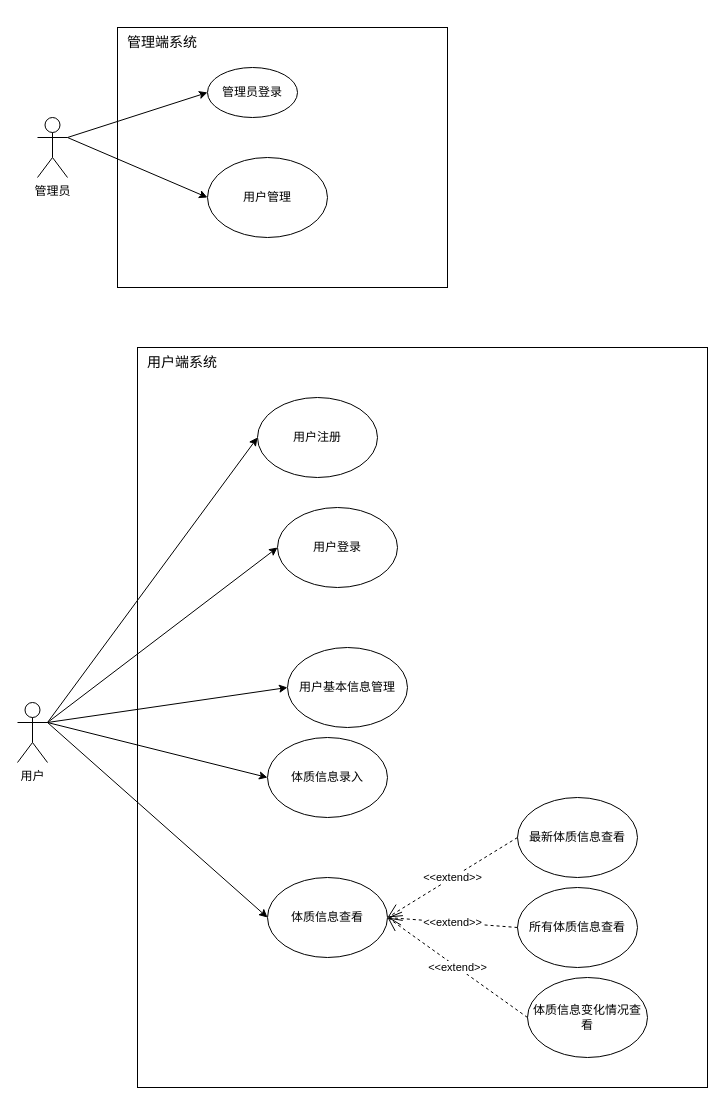
Alkaidar/draw keeps this draw.io diagram as 用例图.drawio. Above is the earlier version. Source tidied: cells renumbered, new cells numbered last; positions are measured from the earlier drawing's top-left corner, leaving out a move shared by most shapes. Both pictures are drawn from the tidied source at 100%, with x=0, y=0 at pixel (17, 27).
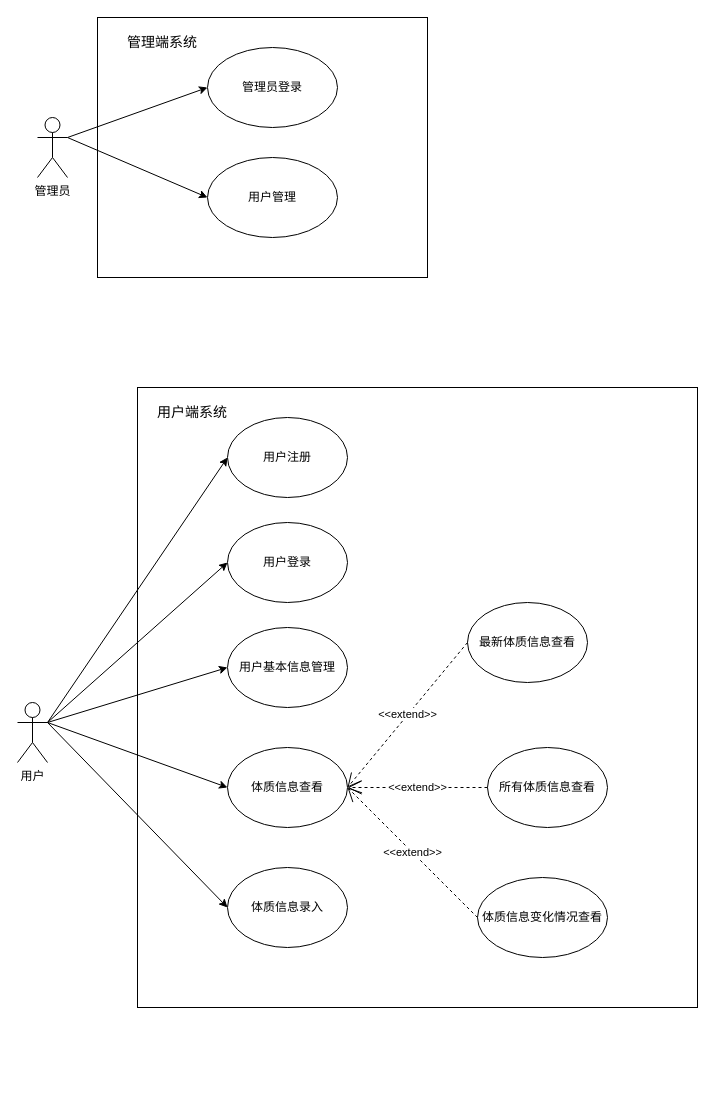
The same diagram, later.

Unchanged cells that the change refers to:
```xml
<mxCell id="19" value="用户" style="shape=umlActor;verticalLabelPosition=bottom;verticalAlign=top;html=1;outlineConnect=0;" parent="1" vertex="1">
  <mxGeometry y="675" width="30" height="60" as="geometry" />
</mxCell>
```

Diff of the diagram source:
```diff
@@
     <mxCell id="2" style="rounded=0;whiteSpace=wrap;html=1;" parent="1" vertex="1">
-      <mxGeometry x="100" width="330" height="260" as="geometry" />
+      <mxGeometry x="80" y="-10" width="330" height="260" as="geometry" />
     </mxCell>
@@
     <mxCell id="5" value="管理员登录" style="ellipse;whiteSpace=wrap;html=1;" parent="1" vertex="1">
-      <mxGeometry x="190" y="40" width="90" height="50" as="geometry" />
+      <mxGeometry x="190" y="20" width="130" height="80" as="geometry" />
     </mxCell>
     <mxCell id="6" value="用户管理" style="ellipse;whiteSpace=wrap;html=1;" parent="1" vertex="1">
-      <mxGeometry x="190" y="130" width="120" height="80" as="geometry" />
+      <mxGeometry x="190" y="130" width="130" height="80" as="geometry" />
     </mxCell>
@@
     <mxCell id="9" style="rounded=0;whiteSpace=wrap;html=1;" parent="1" vertex="1">
-      <mxGeometry x="120" y="320" width="570" height="740" as="geometry" />
+      <mxGeometry x="120" y="360" width="560" height="620" as="geometry" />
     </mxCell>
     <mxCell id="10" value="用户端系统" style="text;html=1;strokeColor=none;fillColor=none;align=center;verticalAlign=middle;whiteSpace=wrap;rounded=0;fontSize=14;" parent="1" vertex="1">
-      <mxGeometry x="120" y="320" width="90" height="30" as="geometry" />
+      <mxGeometry x="130" y="370" width="90" height="30" as="geometry" />
     </mxCell>
     <mxCell id="11" value="用户注册" style="ellipse;whiteSpace=wrap;html=1;" parent="1" vertex="1">
-      <mxGeometry x="240" y="370" width="120" height="80" as="geometry" />
+      <mxGeometry x="210" y="390" width="120" height="80" as="geometry" />
     </mxCell>
     <mxCell id="12" value="用户登录" style="ellipse;whiteSpace=wrap;html=1;" parent="1" vertex="1">
-      <mxGeometry x="260" y="480" width="120" height="80" as="geometry" />
+      <mxGeometry x="210" y="495" width="120" height="80" as="geometry" />
     </mxCell>
     <mxCell id="13" value="用户基本信息管理" style="ellipse;whiteSpace=wrap;html=1;" parent="1" vertex="1">
-      <mxGeometry x="270" y="620" width="120" height="80" as="geometry" />
+      <mxGeometry x="210" y="600" width="120" height="80" as="geometry" />
     </mxCell>
     <mxCell id="14" value="体质信息录入" style="ellipse;whiteSpace=wrap;html=1;" parent="1" vertex="1">
-      <mxGeometry x="250" y="710" width="120" height="80" as="geometry" />
+      <mxGeometry x="210" y="840" width="120" height="80" as="geometry" />
     </mxCell>
     <mxCell id="15" value="体质信息查看" style="ellipse;whiteSpace=wrap;html=1;" parent="1" vertex="1">
-      <mxGeometry x="250" y="850" width="120" height="80" as="geometry" />
+      <mxGeometry x="210" y="720" width="120" height="80" as="geometry" />
     </mxCell>
     <mxCell id="16" value="最新体质信息查看" style="ellipse;whiteSpace=wrap;html=1;" parent="1" vertex="1">
-      <mxGeometry x="500" y="770" width="120" height="80" as="geometry" />
+      <mxGeometry x="450" y="575" width="120" height="80" as="geometry" />
     </mxCell>
     <mxCell id="17" value="所有体质信息查看" style="ellipse;whiteSpace=wrap;html=1;" parent="1" vertex="1">
-      <mxGeometry x="500" y="860" width="120" height="80" as="geometry" />
+      <mxGeometry x="470" y="720" width="120" height="80" as="geometry" />
     </mxCell>
     <mxCell id="18" value="体质信息变化情况查看" style="ellipse;whiteSpace=wrap;html=1;" parent="1" vertex="1">
-      <mxGeometry x="510" y="950" width="120" height="80" as="geometry" />
+      <mxGeometry x="460" y="850" width="130" height="80" as="geometry" />
     </mxCell>
@@
-    <mxCell id="22" value="&amp;lt;&amp;lt;extend&amp;gt;&amp;gt;" style="endArrow=open;endSize=12;dashed=1;html=1;rounded=0;exitX=0;exitY=0.5;exitDx=0;exitDy=0;" parent="1" edge="1" source="18">
-      <mxGeometry relative="1" as="geometry">
-        <mxPoint x="370" y="890" as="targetPoint" />
-      </mxGeometry>
+    <mxCell id="22" value="&amp;lt;&amp;lt;extend&amp;gt;&amp;gt;" style="endArrow=open;endSize=12;dashed=1;html=1;rounded=0;exitX=0;exitY=0.5;exitDx=0;exitDy=0;entryX=1;entryY=0.5;entryDx=0;entryDy=0;" parent="1" edge="1" source="18" target="15">
+      <mxGeometry relative="1" as="geometry" />
     </mxCell>
@@
-    <mxCell id="26" style="endArrow=classic;html=1;rounded=0;exitX=1;exitY=0.3333333333333333;exitDx=0;exitDy=0;exitPerimeter=0;" parent="1" edge="1" source="19">
-      <mxGeometry relative="1" as="geometry">
-        <mxPoint x="270" y="660" as="targetPoint" />
-      </mxGeometry>
+    <mxCell id="26" style="endArrow=classic;html=1;rounded=0;exitX=1;exitY=0.3333333333333333;exitDx=0;exitDy=0;exitPerimeter=0;entryX=0;entryY=0.5;entryDx=0;entryDy=0;" parent="1" edge="1" source="19" target="13">
+      <mxGeometry relative="1" as="geometry" />
     </mxCell>
```
